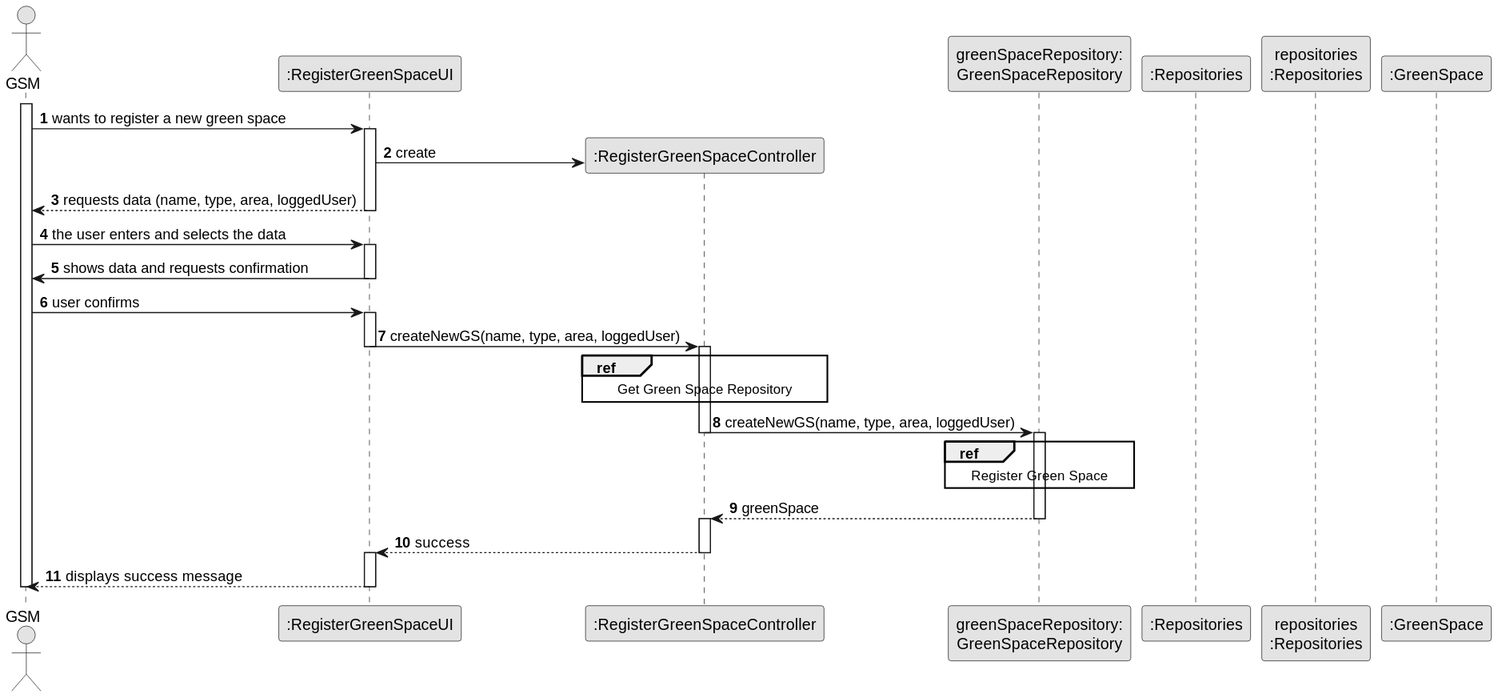
ricardomm7/leaflink keeps this PlantUML diagram as docs/sprintC/us020/03.design/svg/us020-sequence-diagram-split.svg. Above is the earlier version.
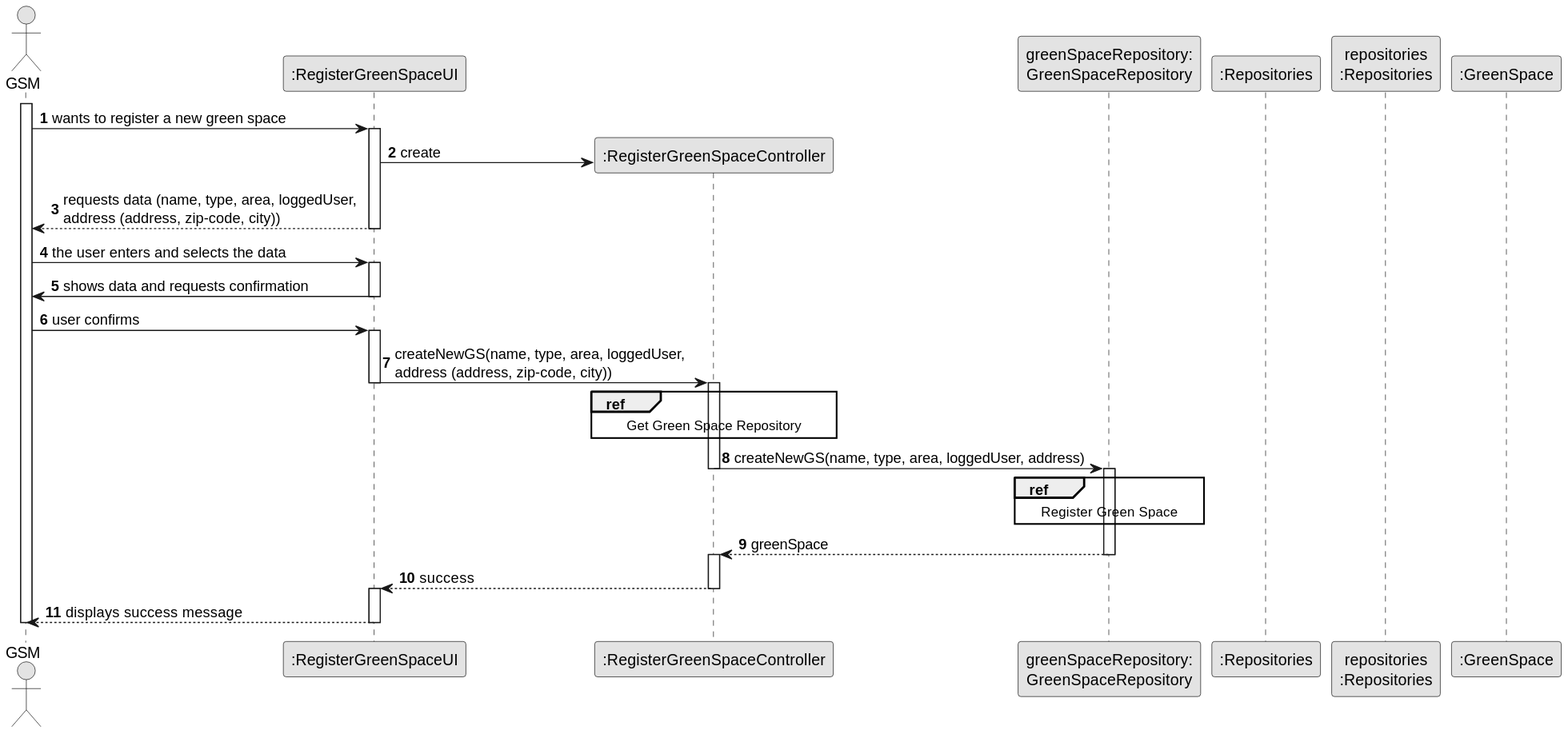
Later version of the same file.

Commit message:
Address variable added when registering a green space. #124

What changed in the source:
```diff
@@ -21,7 +21,7 @@
 
         UI -> CTRL** : create
 
-        UI --> GSM : requests data (name, type, area, loggedUser)
+        UI --> GSM : requests data (name, type, area, loggedUser, \naddress (address, zip-code, city))
         deactivate UI
 GSM -> UI : the user enters and selects the data
 activate UI
@@ -29,13 +29,13 @@
 deactivate UI
 GSM -> UI: user confirms
 activate UI
-UI -> CTRL : createNewGS(name, type, area, loggedUser)
+UI -> CTRL : createNewGS(name, type, area, loggedUser, \naddress (address, zip-code, city))
 deactivate UI
 activate CTRL
 ref over CTRL
 Get Green Space Repository
 end ref
-CTRL -> gsrepo : createNewGS(name, type, area, loggedUser)
+CTRL -> gsrepo : createNewGS(name, type, area, loggedUser, address)
 deactivate CTRL
 activate gsrepo
 ref over gsrepo
```
